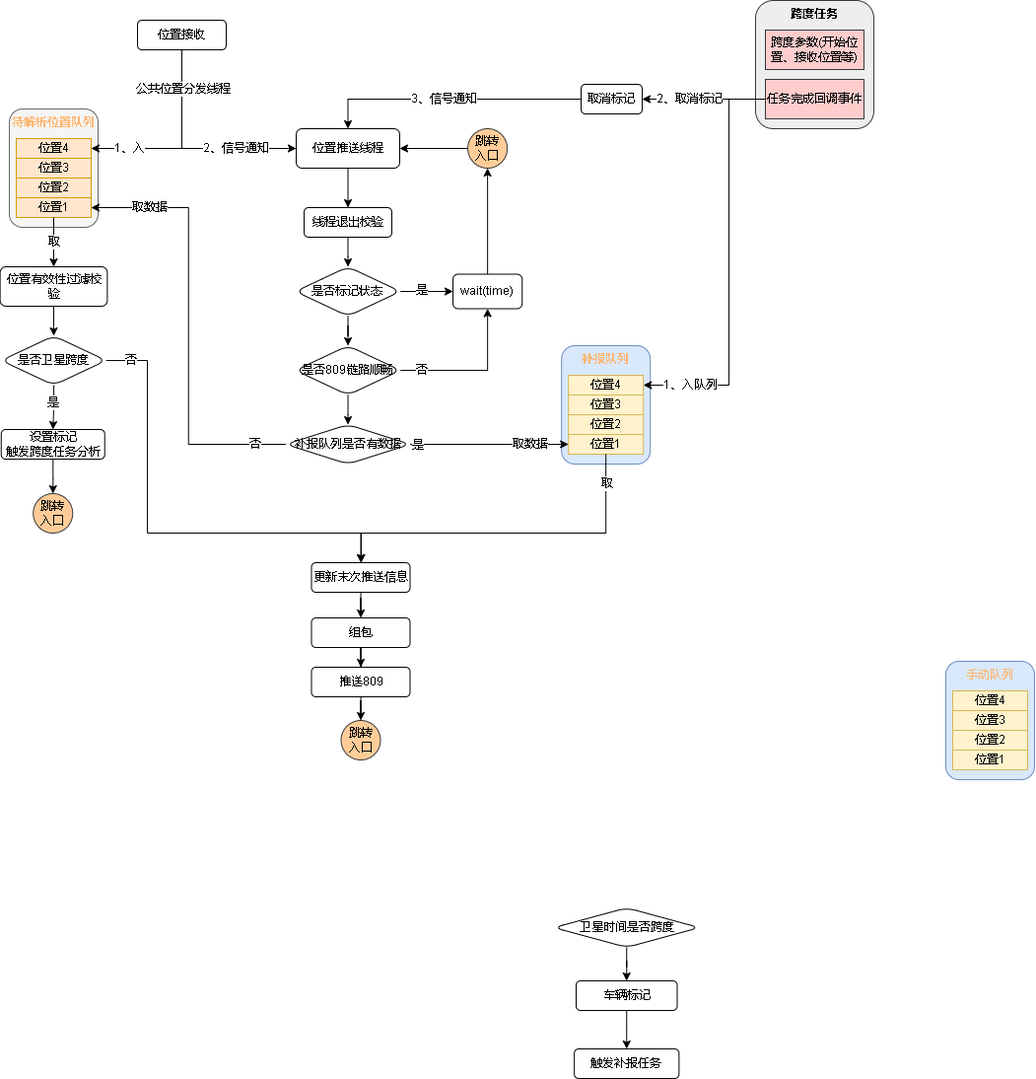
Above: 809数据跨度.drawio.png in xktder/draw (draw.io), before the change. Source tidied: cells renumbered, new cells last; positions are measured from the earlier drawing's top-left corner, leaving out a move shared by most shapes.
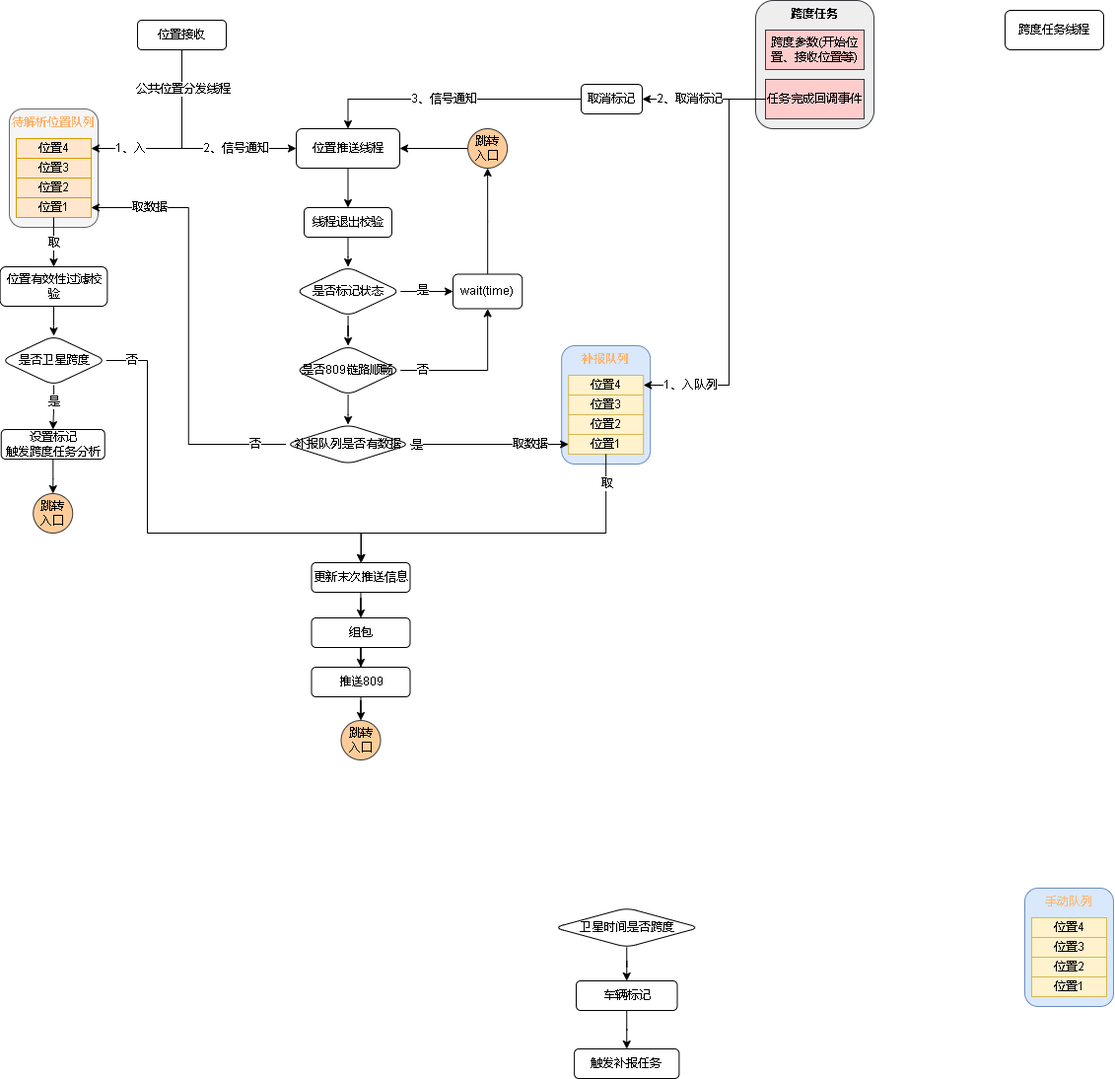
Above is the later version.

Commit message:
更新809数据跨度.drawio.png

Diff of the diagram source:
```diff
@@ -242,7 +242,7 @@
       <mxGeometry x="345.5" y="730" width="40" height="40" as="geometry" />
     </mxCell>
     <mxCell id="69" style="group;" parent="1" vertex="1">
-      <mxGeometry x="959" y="670" width="90" height="120" as="geometry" />
+      <mxGeometry x="1039" y="900" width="90" height="120" as="geometry" />
     </mxCell>
     <mxCell id="70" value="&lt;font color=&quot;#ffb570&quot;&gt;手动队列&lt;/font&gt;" style="rounded=1;whiteSpace=wrap;html=1;verticalAlign=top;fillColor=#dae8fc;strokeColor=#6c8ebf;" parent="69" vertex="1">
       <mxGeometry width="90" height="120" as="geometry" />
@@ -303,5 +303,8 @@
         <mxPoint x="7" y="2" as="offset" />
       </mxGeometry>
     </mxCell>
+    <mxCell id="86" value="跨度任务线程" style="rounded=1;whiteSpace=wrap;html=1;fontColor=#000000;" parent="1" vertex="1">
+      <mxGeometry x="1019" y="10" width="100" height="40" as="geometry" />
+    </mxCell>
   </root>
 </mxGraphModel>
```
